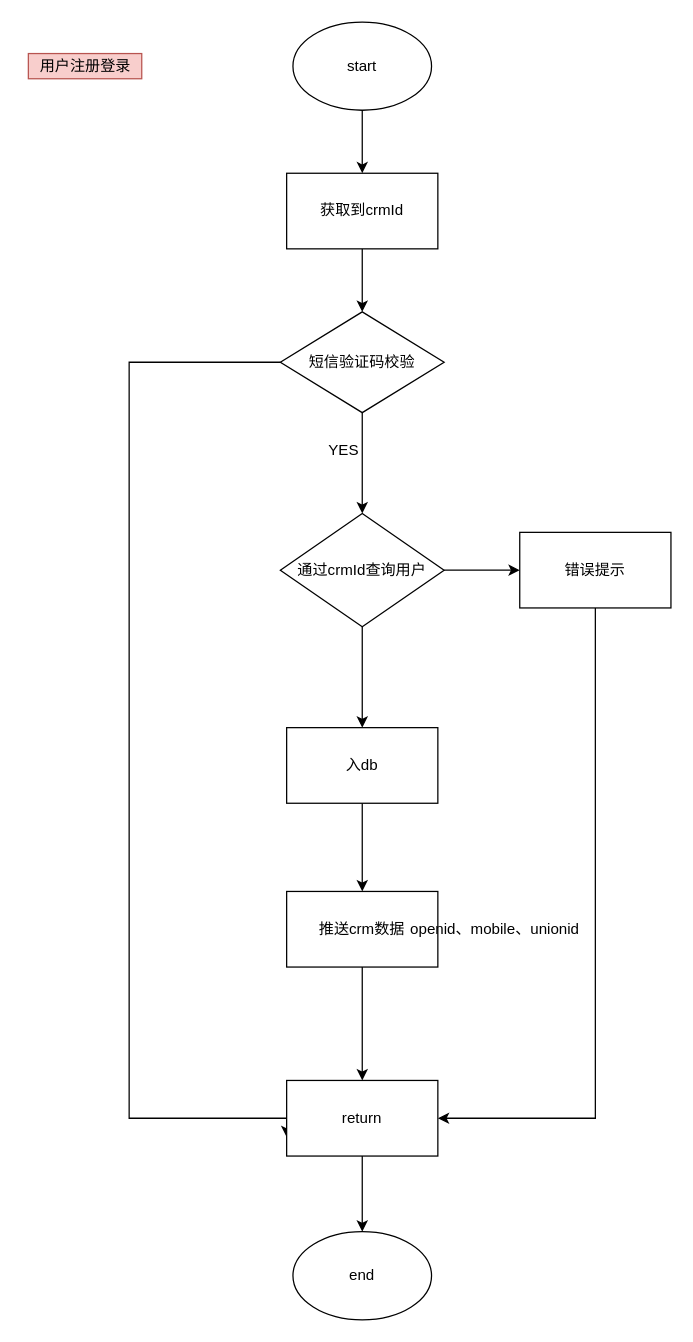
Before: miniprojectmemberRegister.drawio in FocusZhouGD/drawprogram, a draw.io diagram. Source tidied: cells renumbered, new cells numbered last; positions are measured from the earlier drawing's top-left corner, leaving out a move shared by most shapes. Both pictures are drawn from the tidied source at 126%, with x=0, y=0 at pixel (28, 21).
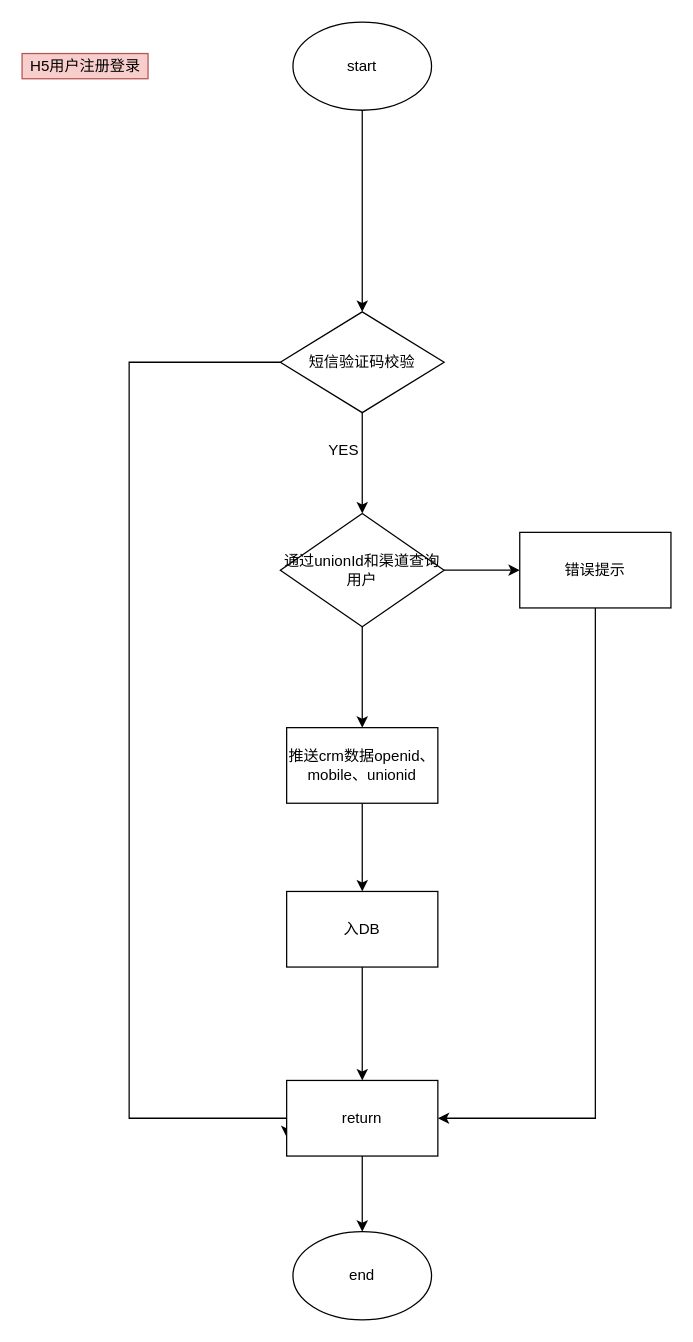
After the change.

Unchanged cells that the change refers to:
```xml
<mxCell id="3" value="start" style="ellipse;whiteSpace=wrap;html=1;" parent="1" vertex="1">
  <mxGeometry x="210" width="110" height="70" as="geometry" />
</mxCell>
<mxCell id="15" value="短信验证码校验" style="rhombus;whiteSpace=wrap;html=1;" parent="1" vertex="1">
  <mxGeometry x="200" y="230" width="130" height="80" as="geometry" />
</mxCell>
```

Change to the diagram source:
```diff
@@
-    <mxCell id="2" style="edgeStyle=orthogonalEdgeStyle;rounded=0;jettySize=auto;html=1;" parent="1" edge="1" source="3" target="5">
-      <mxGeometry relative="1" as="geometry" />
-    </mxCell>
@@
-    <mxCell id="4" style="edgeStyle=orthogonalEdgeStyle;rounded=0;jettySize=auto;html=1;" parent="1" edge="1" source="5" target="15">
+    <mxCell id="4" style="edgeStyle=orthogonalEdgeStyle;rounded=0;jettySize=auto;html=1;exitX=0.5;exitY=1;exitDx=0;exitDy=0;" parent="1" edge="1" source="3" target="15">
       <mxGeometry relative="1" as="geometry" />
     </mxCell>
-    <mxCell id="5" value="获取到crmId" style="rounded=0;whiteSpace=wrap;html=1;" parent="1" vertex="1">
-      <mxGeometry x="205" y="120" width="120" height="60" as="geometry" />
-    </mxCell>
@@
-    <mxCell id="8" value="通过crmId查询用户" style="rhombus;whiteSpace=wrap;html=1;" parent="1" vertex="1">
+    <mxCell id="8" value="通过unionId和渠道查询用户" style="rhombus;whiteSpace=wrap;html=1;" parent="1" vertex="1">
       <mxGeometry x="200" y="390" width="130" height="90" as="geometry" />
     </mxCell>
@@
-    <mxCell id="12" value="入db" style="rounded=0;whiteSpace=wrap;html=1;" parent="1" vertex="1">
+    <mxCell id="12" value="&lt;span&gt;推送crm数据&lt;/span&gt;&lt;span&gt;openid、mobile、unionid&lt;/span&gt;" style="rounded=0;whiteSpace=wrap;html=1;" parent="1" vertex="1">
       <mxGeometry x="205" y="560" width="120" height="60" as="geometry" />
     </mxCell>
@@
-    <mxCell id="17" value="推送crm数据" style="rounded=0;whiteSpace=wrap;html=1;" parent="1" vertex="1">
+    <mxCell id="17" value="入DB" style="rounded=0;whiteSpace=wrap;html=1;" parent="1" vertex="1">
       <mxGeometry x="205" y="690" width="120" height="60" as="geometry" />
     </mxCell>
@@
-    <mxCell id="22" value="openid、mobile、unionid" style="text;html=1;align=center;verticalAlign=middle;strokeColor=none;" parent="1" vertex="1">
-      <mxGeometry x="295" y="710" width="150" height="20" as="geometry" />
-    </mxCell>
-    <mxCell id="23" value="用户注册登录" style="text;html=1;align=center;verticalAlign=middle;strokeColor=#b85450;fillColor=#f8cecc;" parent="1" vertex="1">
-      <mxGeometry y="25" width="90" height="20" as="geometry" />
+    <mxCell id="23" value="H5用户注册登录" style="text;html=1;align=center;verticalAlign=middle;strokeColor=#b85450;fillColor=#f8cecc;" parent="1" vertex="1">
+      <mxGeometry x="-5" y="25" width="100" height="20" as="geometry" />
     </mxCell>
```
